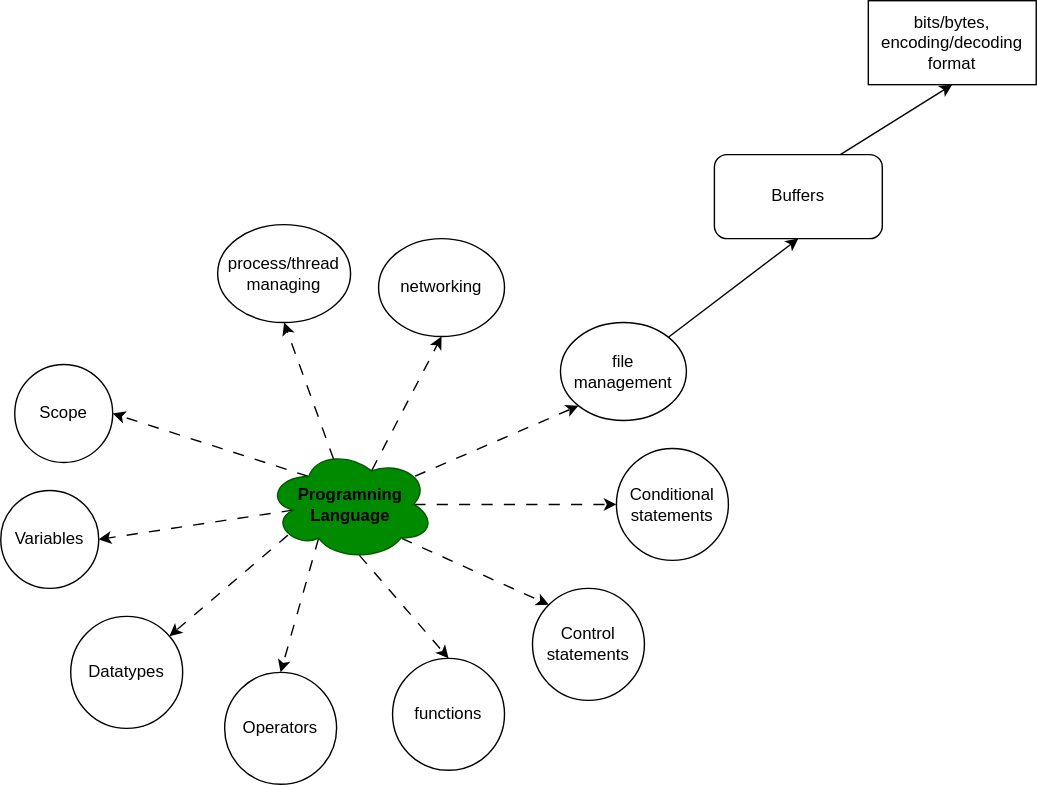
This is ⭐programming-langs/pl.svg from knkrn5/Programming-Concepts, a draw.io export, as it was before one commit. Source tidied: cells renumbered, new cells last; positions are measured from the earlier drawing's top-left corner, leaving out a move shared by most shapes.
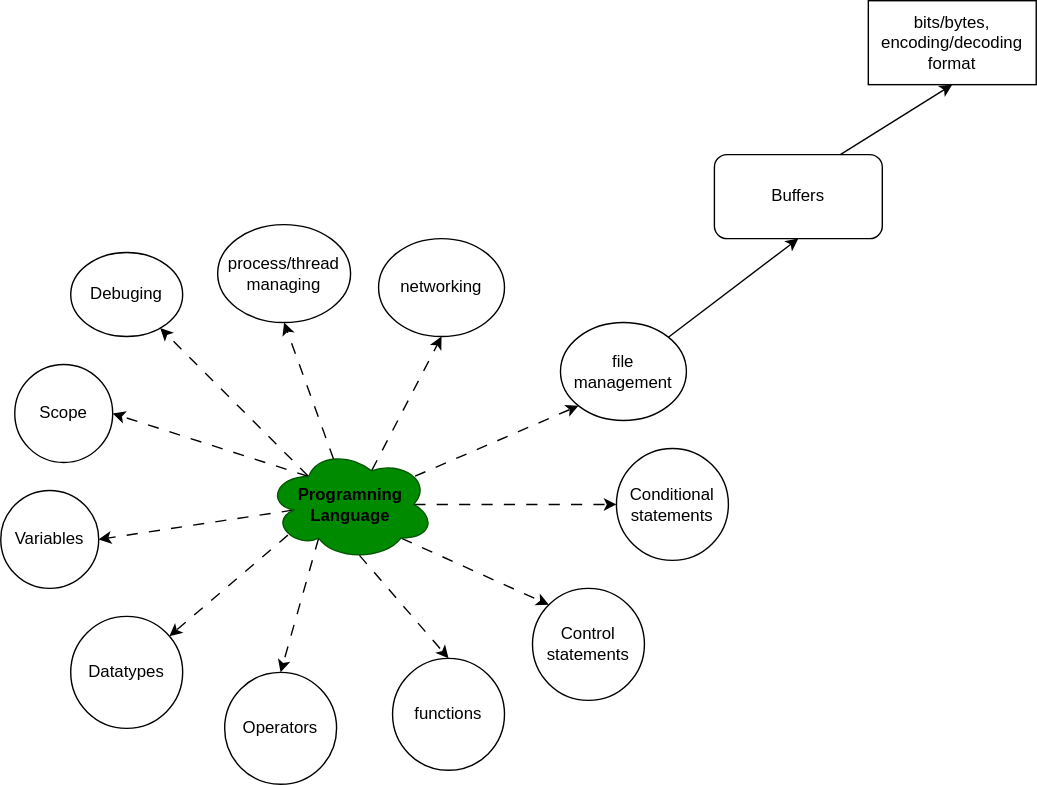
After the change.

Commit message:
Add initial diagrams for package managers module in both .dio and .svg formats

Change to the diagram source:
```diff
@@ -32,6 +32,9 @@
     <mxCell id="11" style="edgeStyle=none;html=1;exitX=0.4;exitY=0.1;exitDx=0;exitDy=0;exitPerimeter=0;entryX=0.5;entryY=1;entryDx=0;entryDy=0;flowAnimation=1;" parent="1" edge="1" source="12" target="21">
       <mxGeometry relative="1" as="geometry" />
     </mxCell>
+    <mxCell id="27" style="edgeStyle=none;html=1;exitX=0.25;exitY=0.25;exitDx=0;exitDy=0;exitPerimeter=0;flowAnimation=1;" parent="1" edge="1" source="12" target="28">
+      <mxGeometry relative="1" as="geometry" />
+    </mxCell>
     <mxCell id="12" value="&lt;b&gt;&lt;font style=&quot;color: light-dark(rgb(0, 0, 0), rgb(0, 0, 0));&quot;&gt;Programning&lt;/font&gt;&lt;/b&gt;&lt;div&gt;&lt;font style=&quot;&quot;&gt;&lt;b style=&quot;&quot;&gt;&lt;font style=&quot;color: light-dark(rgb(0, 0, 0), rgb(0, 0, 0));&quot;&gt;Language&lt;/font&gt;&lt;/b&gt;&lt;/font&gt;&lt;/div&gt;" style="ellipse;shape=cloud;whiteSpace=wrap;html=1;fillColor=#008a00;fontColor=#ffffff;strokeColor=#005700;" parent="1" vertex="1">
       <mxGeometry x="190" y="320" width="120" height="80" as="geometry" />
     </mxCell>
@@ -77,5 +80,8 @@
     <mxCell id="26" style="edgeStyle=none;html=1;exitX=0.75;exitY=0;exitDx=0;exitDy=0;entryX=0.5;entryY=1;entryDx=0;entryDy=0;" parent="1" edge="1" source="24" target="25">
       <mxGeometry relative="1" as="geometry" />
     </mxCell>
+    <mxCell id="28" value="Debuging" style="ellipse;whiteSpace=wrap;html=1;" parent="1" vertex="1">
+      <mxGeometry x="50" y="180" width="80" height="60" as="geometry" />
+    </mxCell>
   </root>
 </mxGraphModel>
```
